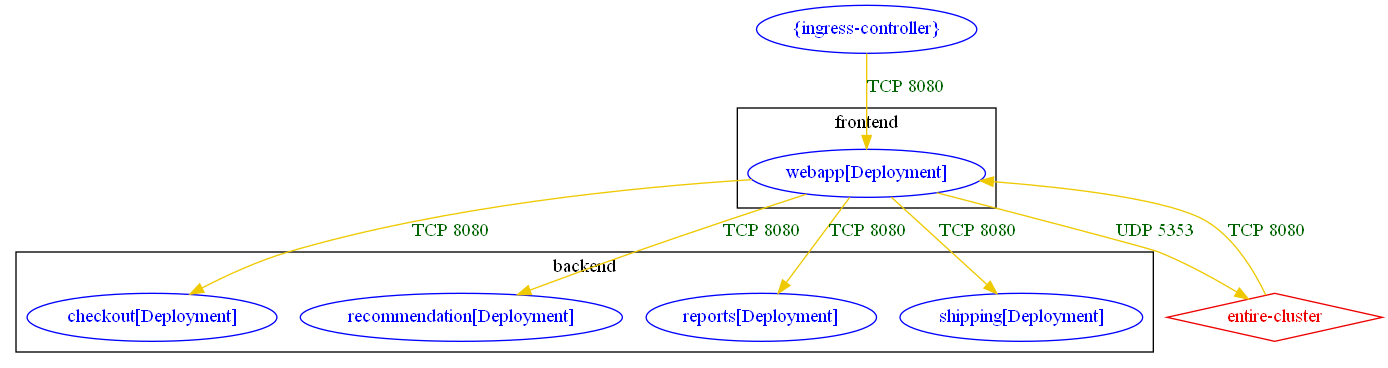
Before: test_outputs/connlist/exposure_acs-security-demos_focus_workload_frontend_webapp_connlist_output.dot.png, a diagram exported from Graphviz (np-guard/netpol-analyzer). Its source is kept beside it as test_outputs/connlist/exposure_acs-security-demos_focus_workload_frontend_webapp_connlist_output.dot. The source it was exported from:
```dot
digraph {
	subgraph "cluster_backend" {
		color="black"
		fontcolor="black"
		"backend/checkout[Deployment]" [label="checkout[Deployment]" color="blue" fontcolor="blue"]
		"backend/recommendation[Deployment]" [label="recommendation[Deployment]" color="blue" fontcolor="blue"]
		"backend/reports[Deployment]" [label="reports[Deployment]" color="blue" fontcolor="blue"]
		"backend/shipping[Deployment]" [label="shipping[Deployment]" color="blue" fontcolor="blue"]
		label="backend"
	}
	subgraph "cluster_frontend" {
		color="black"
		fontcolor="black"
		"frontend/webapp[Deployment]" [label="webapp[Deployment]" color="blue" fontcolor="blue"]
		label="frontend"
	}
	"entire-cluster" [label="entire-cluster" color="red2" fontcolor="red2" shape=diamond]
	"{ingress-controller}" [label="{ingress-controller}" color="blue" fontcolor="blue"]
	"entire-cluster" -> "frontend/webapp[Deployment]" [label="TCP 8080" color="gold2" fontcolor="darkgreen"]
	"frontend/webapp[Deployment]" -> "backend/checkout[Deployment]" [label="TCP 8080" color="gold2" fontcolor="darkgreen"]
	"frontend/webapp[Deployment]" -> "backend/recommendation[Deployment]" [label="TCP 8080" color="gold2" fontcolor="darkgreen"]
	"frontend/webapp[Deployment]" -> "backend/reports[Deployment]" [label="TCP 8080" color="gold2" fontcolor="darkgreen"]
	"frontend/webapp[Deployment]" -> "backend/shipping[Deployment]" [label="TCP 8080" color="gold2" fontcolor="darkgreen"]
	"frontend/webapp[Deployment]" -> "entire-cluster" [label="UDP 5353" color="gold2" fontcolor="darkgreen"]
	"{ingress-controller}" -> "frontend/webapp[Deployment]" [label="TCP 8080" color="gold2" fontcolor="darkgreen"]
}
```
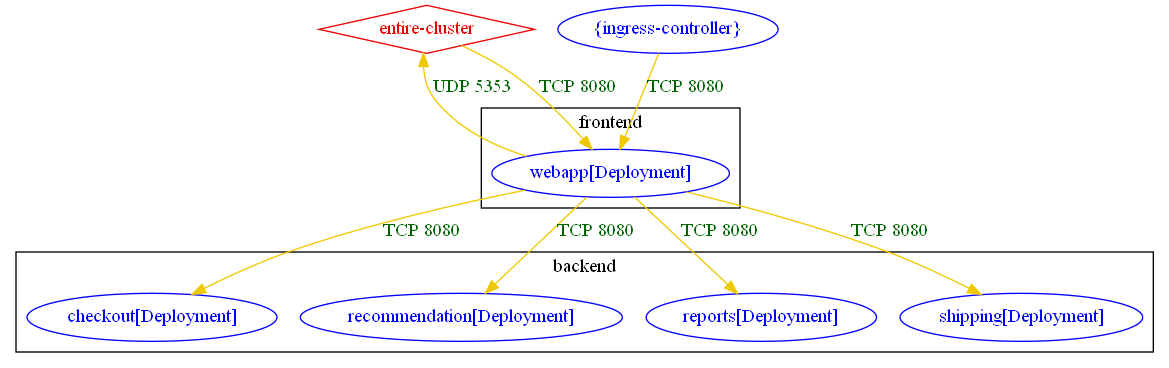
Above is the later version.

The edit, as a diff of the source:
```diff
@@ -16,11 +16,11 @@
 	}
 	"entire-cluster" [label="entire-cluster" color="red2" fontcolor="red2" shape=diamond]
 	"{ingress-controller}" [label="{ingress-controller}" color="blue" fontcolor="blue"]
-	"entire-cluster" -> "frontend/webapp[Deployment]" [label="TCP 8080" color="gold2" fontcolor="darkgreen"]
+	"entire-cluster" -> "frontend/webapp[Deployment]" [label="TCP 8080" color="gold2" fontcolor="darkgreen" weight=1]
 	"frontend/webapp[Deployment]" -> "backend/checkout[Deployment]" [label="TCP 8080" color="gold2" fontcolor="darkgreen"]
 	"frontend/webapp[Deployment]" -> "backend/recommendation[Deployment]" [label="TCP 8080" color="gold2" fontcolor="darkgreen"]
 	"frontend/webapp[Deployment]" -> "backend/reports[Deployment]" [label="TCP 8080" color="gold2" fontcolor="darkgreen"]
 	"frontend/webapp[Deployment]" -> "backend/shipping[Deployment]" [label="TCP 8080" color="gold2" fontcolor="darkgreen"]
-	"frontend/webapp[Deployment]" -> "entire-cluster" [label="UDP 5353" color="gold2" fontcolor="darkgreen"]
+	"frontend/webapp[Deployment]" -> "entire-cluster" [label="UDP 5353" color="gold2" fontcolor="darkgreen" weight=0.5]
 	"{ingress-controller}" -> "frontend/webapp[Deployment]" [label="TCP 8080" color="gold2" fontcolor="darkgreen"]
 }
```
